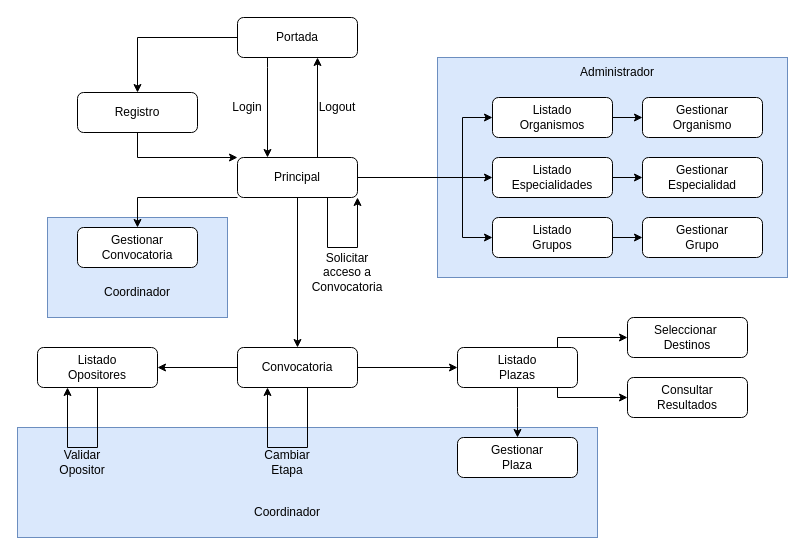
Castillo82/simudest keeps this draw.io diagram as src/main/doc/diagramas/DiagramaNavegacion.drawio. Above is the earlier version. Source tidied: cells renumbered, new cells numbered last; positions are measured from the earlier drawing's top-left corner, leaving out a move shared by most shapes. Both pictures are drawn from the tidied source at 100%, with x=0, y=0 at pixel (17, 17).
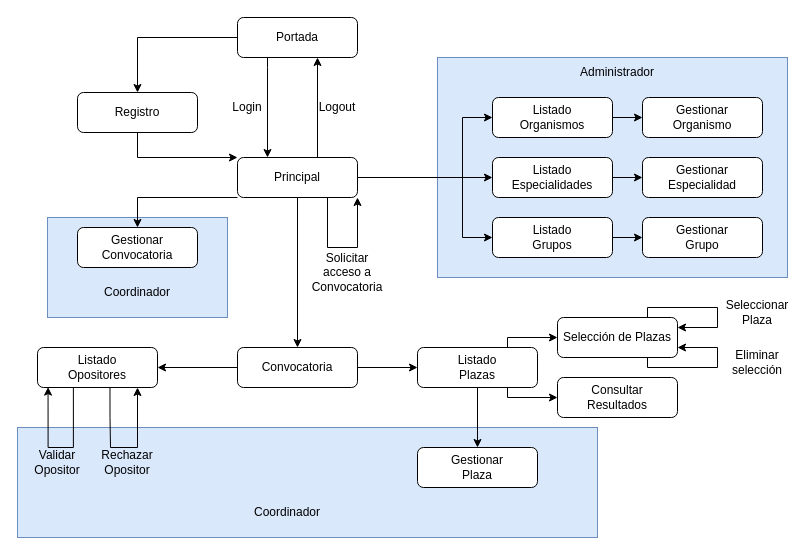
The same diagram, later.

Unchanged cells that the change refers to:
```xml
<mxCell id="25" value="Convocatoria" style="rounded=1;whiteSpace=wrap;html=1;fontSize=12;glass=0;strokeWidth=1;shadow=0;" parent="1" vertex="1">
  <mxGeometry x="220" y="330" width="120" height="40" as="geometry" />
</mxCell>
<mxCell id="36" value="Listado &lt;br&gt;Opositores" style="rounded=1;whiteSpace=wrap;html=1;fontSize=12;glass=0;strokeWidth=1;shadow=0;" parent="1" vertex="1">
  <mxGeometry x="20" y="330" width="120" height="40" as="geometry" />
</mxCell>
```

What changed in the source:
```diff
@@
     <mxCell id="18" style="edgeStyle=orthogonalEdgeStyle;rounded=0;jettySize=auto;html=1;exitX=0.5;exitY=1;exitDx=0;exitDy=0;entryX=0.5;entryY=0;entryDx=0;entryDy=0;" parent="1" edge="1" source="21" target="37">
       <mxGeometry relative="1" as="geometry">
         <Array as="points">
-          <mxPoint x="500" y="390" />
-          <mxPoint x="500" y="390" />
+          <mxPoint x="460" y="370" />
+          <mxPoint x="460" y="410" />
         </Array>
       </mxGeometry>
     </mxCell>
-    <mxCell id="19" style="edgeStyle=orthogonalEdgeStyle;rounded=0;jettySize=auto;html=1;entryX=0;entryY=0.5;entryDx=0;entryDy=0;" parent="1" edge="1" source="21" target="47">
+    <mxCell id="19" style="edgeStyle=orthogonalEdgeStyle;rounded=0;jettySize=auto;html=1;entryX=0;entryY=0.5;entryDx=0;entryDy=0;exitX=0.75;exitY=0;exitDx=0;exitDy=0;" parent="1" edge="1" source="21" target="47">
       <mxGeometry relative="1" as="geometry">
         <Array as="points">
+          <mxPoint x="490" y="320" />
           <mxPoint x="540" y="320" />
-          <mxPoint x="610" y="320" />
         </Array>
       </mxGeometry>
     </mxCell>
-    <mxCell id="20" style="edgeStyle=orthogonalEdgeStyle;rounded=0;jettySize=auto;html=1;" parent="1" edge="1" source="21" target="48">
+    <mxCell id="20" style="edgeStyle=orthogonalEdgeStyle;rounded=0;jettySize=auto;html=1;exitX=0.75;exitY=1;exitDx=0;exitDy=0;" parent="1" edge="1" source="21" target="48">
       <mxGeometry relative="1" as="geometry">
         <Array as="points">
-          <mxPoint x="540" y="380" />
+          <mxPoint x="490" y="380" />
         </Array>
       </mxGeometry>
     </mxCell>
     <mxCell id="21" value="Listado &lt;br&gt;Plazas" style="rounded=1;whiteSpace=wrap;html=1;fontSize=12;glass=0;strokeWidth=1;shadow=0;" parent="1" vertex="1">
-      <mxGeometry x="440" y="330" width="120" height="40" as="geometry" />
+      <mxGeometry x="400" y="330" width="120" height="40" as="geometry" />
     </mxCell>
@@
-    <mxCell id="24" style="edgeStyle=orthogonalEdgeStyle;rounded=0;orthogonalLoop=1;jettySize=auto;html=1;entryX=0.25;entryY=1;entryDx=0;entryDy=0;" parent="1" edge="1" source="25" target="25">
-      <mxGeometry relative="1" as="geometry">
-        <Array as="points">
-          <mxPoint x="290" y="430" />
-          <mxPoint x="250" y="430" />
-        </Array>
-      </mxGeometry>
-    </mxCell>
@@
-    <mxCell id="35" style="edgeStyle=orthogonalEdgeStyle;rounded=0;orthogonalLoop=1;jettySize=auto;html=1;entryX=0.25;entryY=1;entryDx=0;entryDy=0;exitX=0.5;exitY=1;exitDx=0;exitDy=0;" parent="1" edge="1" source="36" target="36">
+    <mxCell id="35" style="edgeStyle=orthogonalEdgeStyle;rounded=0;orthogonalLoop=1;jettySize=auto;html=1;entryX=0.088;entryY=0.99;entryDx=0;entryDy=0;exitX=0.299;exitY=1.014;exitDx=0;exitDy=0;entryPerimeter=0;exitPerimeter=0;" parent="1" edge="1" source="36" target="36">
       <mxGeometry relative="1" as="geometry">
         <Array as="points">
-          <mxPoint x="80" y="430" />
-          <mxPoint x="50" y="430" />
+          <mxPoint x="56" y="430" />
+          <mxPoint x="31" y="430" />
         </Array>
       </mxGeometry>
     </mxCell>
@@
     <mxCell id="37" value="Gestionar&lt;br&gt;Plaza" style="rounded=1;whiteSpace=wrap;html=1;fontSize=12;glass=0;strokeWidth=1;shadow=0;" parent="1" vertex="1">
-      <mxGeometry x="440" y="420" width="120" height="40" as="geometry" />
+      <mxGeometry x="400" y="430" width="120" height="40" as="geometry" />
     </mxCell>
@@
     <mxCell id="41" value="Validar Opositor" style="text;html=1;strokeColor=none;fillColor=none;align=center;verticalAlign=middle;whiteSpace=wrap;rounded=0;" parent="1" vertex="1">
-      <mxGeometry x="35" y="430" width="60" height="30" as="geometry" />
+      <mxGeometry x="10" y="430" width="60" height="30" as="geometry" />
     </mxCell>
-    <mxCell id="42" value="Cambiar Etapa" style="text;html=1;strokeColor=none;fillColor=none;align=center;verticalAlign=middle;whiteSpace=wrap;rounded=0;" parent="1" vertex="1">
-      <mxGeometry x="240" y="430" width="60" height="30" as="geometry" />
-    </mxCell>
@@
+    <mxCell id="49" style="edgeStyle=orthogonalEdgeStyle;rounded=0;jettySize=auto;html=1;exitX=1;exitY=0;exitDx=0;exitDy=0;" parent="1" edge="1" source="47">
+      <mxGeometry relative="1" as="geometry">
+        <mxPoint x="659.9" y="300" as="targetPoint" />
+      </mxGeometry>
+    </mxCell>
-    <mxCell id="47" value="Seleccionar&amp;nbsp;&lt;br&gt;Destinos" style="rounded=1;whiteSpace=wrap;html=1;fontSize=12;glass=0;strokeWidth=1;shadow=0;" parent="1" vertex="1">
-      <mxGeometry x="610" y="300" width="120" height="40" as="geometry" />
+    <mxCell id="47" value="Selección de Plazas" style="rounded=1;whiteSpace=wrap;html=1;fontSize=12;glass=0;strokeWidth=1;shadow=0;" parent="1" vertex="1">
+      <mxGeometry x="540" y="300" width="120" height="40" as="geometry" />
     </mxCell>
     <mxCell id="48" value="Consultar &lt;br&gt;Resultados" style="rounded=1;whiteSpace=wrap;html=1;fontSize=12;glass=0;strokeWidth=1;shadow=0;" parent="1" vertex="1">
-      <mxGeometry x="610" y="360" width="120" height="40" as="geometry" />
+      <mxGeometry x="540" y="360" width="120" height="40" as="geometry" />
     </mxCell>
+    <mxCell id="50" style="edgeStyle=orthogonalEdgeStyle;rounded=0;jettySize=auto;html=1;exitX=0.604;exitY=0.99;exitDx=0;exitDy=0;exitPerimeter=0;" parent="1" edge="1" source="36">
+      <mxGeometry relative="1" as="geometry">
+        <mxPoint x="120" y="370" as="targetPoint" />
+        <Array as="points">
+          <mxPoint x="93" y="400" />
+          <mxPoint x="93" y="400" />
+          <mxPoint x="93" y="430" />
+          <mxPoint x="120" y="430" />
+        </Array>
+      </mxGeometry>
+    </mxCell>
+    <mxCell id="51" value="Rechazar Opositor" style="text;html=1;strokeColor=none;fillColor=none;align=center;verticalAlign=middle;whiteSpace=wrap;rounded=0;" parent="1" vertex="1">
+      <mxGeometry x="80" y="430" width="60" height="30" as="geometry" />
+    </mxCell>
+    <mxCell id="52" style="edgeStyle=orthogonalEdgeStyle;rounded=0;orthogonalLoop=1;jettySize=auto;html=1;" parent="1" edge="1">
+      <mxGeometry relative="1" as="geometry">
+        <mxPoint x="630" y="300" as="sourcePoint" />
+        <mxPoint x="660" y="310" as="targetPoint" />
+        <Array as="points">
+          <mxPoint x="630" y="290" />
+          <mxPoint x="700" y="290" />
+          <mxPoint x="700" y="310" />
+        </Array>
+      </mxGeometry>
+    </mxCell>
+    <mxCell id="53" style="edgeStyle=orthogonalEdgeStyle;rounded=0;jettySize=auto;html=1;entryX=1;entryY=0.75;entryDx=0;entryDy=0;" parent="1" edge="1" target="47">
+      <mxGeometry relative="1" as="geometry">
+        <mxPoint x="630" y="340" as="sourcePoint" />
+        <Array as="points">
+          <mxPoint x="630" y="350" />
+          <mxPoint x="700" y="350" />
+          <mxPoint x="700" y="330" />
+        </Array>
+      </mxGeometry>
+    </mxCell>
+    <mxCell id="54" value="Seleccionar Plaza" style="text;html=1;strokeColor=none;fillColor=none;align=center;verticalAlign=middle;whiteSpace=wrap;rounded=0;" parent="1" vertex="1">
+      <mxGeometry x="710" y="280" width="60" height="30" as="geometry" />
+    </mxCell>
+    <mxCell id="55" value="Eliminar selección" style="text;html=1;strokeColor=none;fillColor=none;align=center;verticalAlign=middle;whiteSpace=wrap;rounded=0;" parent="1" vertex="1">
+      <mxGeometry x="710" y="330" width="60" height="30" as="geometry" />
+    </mxCell>
```
